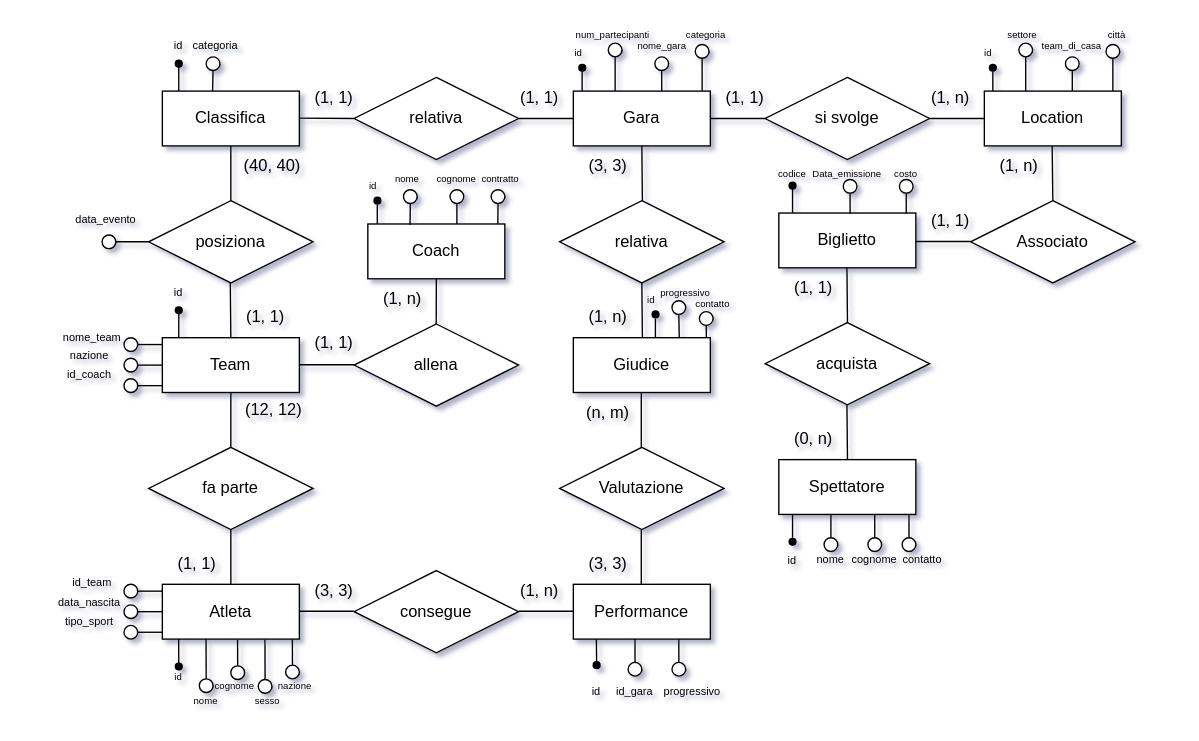
Before: Diagramma.drawio in nameisalfio/Database, a draw.io diagram. Source tidied: cells renumbered, new cells numbered last; positions are measured from the earlier drawing's top-left corner, leaving out a move shared by most shapes. Both pictures are drawn from the tidied source at 137%, with x=0, y=0 at pixel (23, 27).
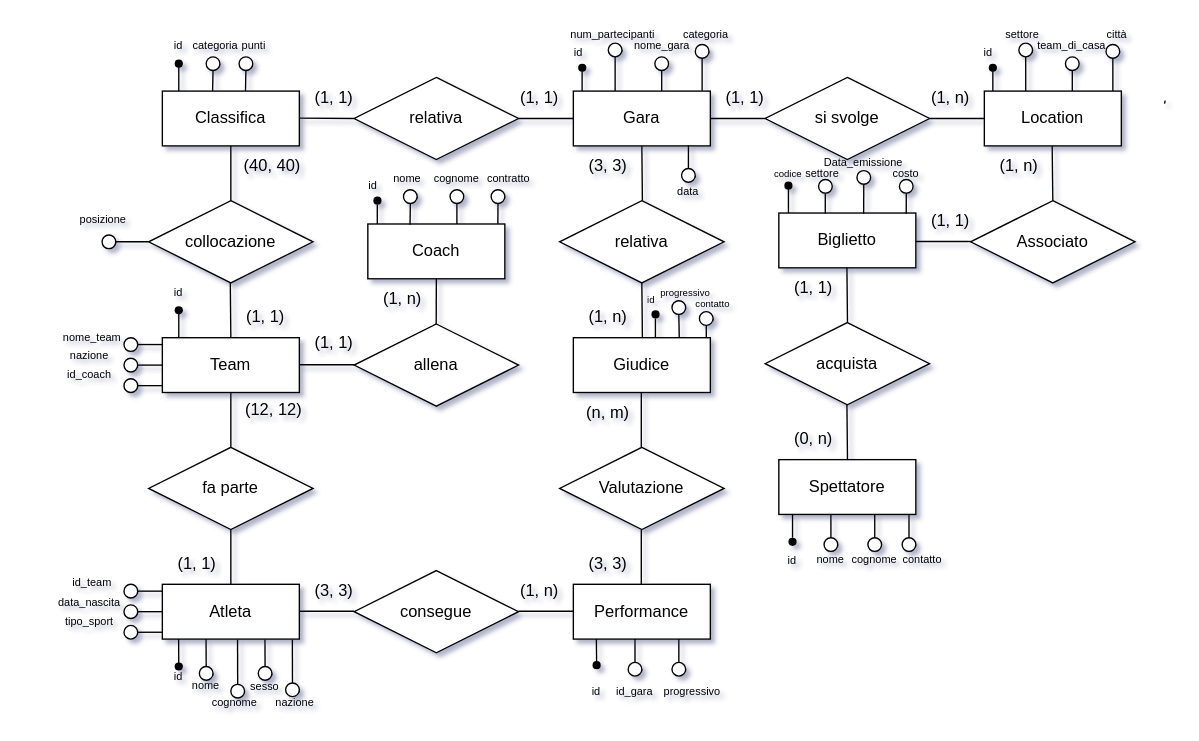
Above is the later version.

What changed in the source:
```diff
@@
-    <mxCell id="5" value="posiziona" style="shape=rhombus;perimeter=rhombusPerimeter;whiteSpace=wrap;html=1;align=center;rounded=0;labelBackgroundColor=none;" parent="1" vertex="1">
+    <mxCell id="5" value="collocazione" style="shape=rhombus;perimeter=rhombusPerimeter;whiteSpace=wrap;html=1;align=center;rounded=0;labelBackgroundColor=none;" parent="1" vertex="1">
       <mxGeometry x="91" y="126" width="120" height="60" as="geometry" />
     </mxCell>
@@
-    <mxCell id="69" value="&lt;span style=&quot;font-size: 8px;&quot;&gt;data_evento&lt;/span&gt;" style="text;html=1;strokeColor=none;fillColor=none;align=center;verticalAlign=middle;whiteSpace=wrap;rounded=0;" parent="1" vertex="1">
-      <mxGeometry x="53" y="135" width="14" height="8" as="geometry" />
-    </mxCell>
@@
-    <mxCell id="95" value="&lt;font style=&quot;font-size: 7px;&quot;&gt;id&lt;/font&gt;" style="text;html=1;strokeColor=none;fillColor=none;align=center;verticalAlign=middle;whiteSpace=wrap;rounded=0;" parent="1" vertex="1">
+    <mxCell id="95" value="&lt;font style=&quot;font-size: 8px;&quot;&gt;id&lt;/font&gt;" style="text;html=1;strokeColor=none;fillColor=none;align=center;verticalAlign=middle;whiteSpace=wrap;rounded=0;" parent="1" vertex="1">
       <mxGeometry x="248" y="110" width="14" height="8" as="geometry" />
     </mxCell>
@@
-    <mxCell id="99" value="&lt;font style=&quot;font-size: 7px;&quot;&gt;nome&lt;/font&gt;" style="text;html=1;strokeColor=none;fillColor=none;align=center;verticalAlign=middle;whiteSpace=wrap;rounded=0;" parent="1" vertex="1">
+    <mxCell id="99" value="&lt;font style=&quot;font-size: 8px;&quot;&gt;nome&lt;/font&gt;" style="text;html=1;strokeColor=none;fillColor=none;align=center;verticalAlign=middle;whiteSpace=wrap;rounded=0;" parent="1" vertex="1">
       <mxGeometry x="273" y="105" width="14" height="8" as="geometry" />
     </mxCell>
-    <mxCell id="100" value="&lt;font style=&quot;font-size: 7px;&quot;&gt;cognome&lt;/font&gt;" style="text;html=1;strokeColor=none;fillColor=none;align=center;verticalAlign=middle;whiteSpace=wrap;rounded=0;" parent="1" vertex="1">
+    <mxCell id="100" value="&lt;font style=&quot;font-size: 8px;&quot;&gt;cognome&lt;/font&gt;" style="text;html=1;strokeColor=none;fillColor=none;align=center;verticalAlign=middle;whiteSpace=wrap;rounded=0;" parent="1" vertex="1">
       <mxGeometry x="309" y="105" width="14" height="8" as="geometry" />
     </mxCell>
@@
-    <mxCell id="104" value="&lt;font style=&quot;font-size: 7px;&quot;&gt;contratto&lt;/font&gt;" style="text;html=1;strokeColor=none;fillColor=none;align=center;verticalAlign=middle;whiteSpace=wrap;rounded=0;" parent="1" vertex="1">
-      <mxGeometry x="341" y="105" width="14" height="8" as="geometry" />
+    <mxCell id="104" value="&lt;font style=&quot;font-size: 8px;&quot;&gt;contratto&lt;/font&gt;" style="text;html=1;strokeColor=none;fillColor=none;align=center;verticalAlign=middle;whiteSpace=wrap;rounded=0;" parent="1" vertex="1">
+      <mxGeometry x="347" y="105" width="14" height="8" as="geometry" />
     </mxCell>
@@
-    <mxCell id="109" value="&lt;font style=&quot;font-size: 7px;&quot;&gt;nazione&lt;/font&gt;" style="text;html=1;strokeColor=none;fillColor=none;align=center;verticalAlign=middle;whiteSpace=wrap;rounded=0;" parent="1" vertex="1">
-      <mxGeometry x="191" y="475" width="14" height="8" as="geometry" />
+    <mxCell id="109" value="&lt;font style=&quot;font-size: 8px;&quot;&gt;nazione&lt;/font&gt;" style="text;html=1;strokeColor=none;fillColor=none;align=center;verticalAlign=middle;whiteSpace=wrap;rounded=0;" parent="1" vertex="1">
+      <mxGeometry x="191" y="487" width="14" height="8" as="geometry" />
     </mxCell>
@@
-    <mxCell id="124" value="&lt;font style=&quot;font-size: 7px;&quot;&gt;id&lt;/font&gt;" style="text;html=1;strokeColor=none;fillColor=none;align=center;verticalAlign=middle;whiteSpace=wrap;rounded=0;" parent="1" vertex="1">
+    <mxCell id="124" value="&lt;font style=&quot;font-size: 8px;&quot;&gt;id&lt;/font&gt;" style="text;html=1;strokeColor=none;fillColor=none;align=center;verticalAlign=middle;whiteSpace=wrap;rounded=0;" parent="1" vertex="1">
       <mxGeometry x="106" y="468" width="14" height="8" as="geometry" />
     </mxCell>
@@
     <mxCell id="126" style="ellipse;whiteSpace=wrap;html=1;" parent="1" vertex="1">
-      <mxGeometry x="128" y="475" width="10" height="10" as="geometry" />
+      <mxGeometry x="128" y="466" width="10" height="10" as="geometry" />
     </mxCell>
-    <mxCell id="127" value="&lt;font style=&quot;font-size: 7px;&quot;&gt;nome&lt;/font&gt;" style="text;html=1;strokeColor=none;fillColor=none;align=center;verticalAlign=middle;whiteSpace=wrap;rounded=0;" parent="1" vertex="1">
-      <mxGeometry x="126" y="485.5" width="14" height="8" as="geometry" />
+    <mxCell id="127" value="&lt;font style=&quot;font-size: 8px;&quot;&gt;nome&lt;/font&gt;" style="text;html=1;strokeColor=none;fillColor=none;align=center;verticalAlign=middle;whiteSpace=wrap;rounded=0;" parent="1" vertex="1">
+      <mxGeometry x="126" y="475" width="14" height="8" as="geometry" />
     </mxCell>
-    <mxCell id="128" value="&lt;font style=&quot;font-size: 7px;&quot;&gt;cognome&lt;/font&gt;" style="text;html=1;strokeColor=none;fillColor=none;align=center;verticalAlign=middle;whiteSpace=wrap;rounded=0;" parent="1" vertex="1">
-      <mxGeometry x="147" y="475" width="14" height="8" as="geometry" />
+    <mxCell id="128" value="&lt;font style=&quot;font-size: 8px;&quot;&gt;cognome&lt;/font&gt;" style="text;html=1;strokeColor=none;fillColor=none;align=center;verticalAlign=middle;whiteSpace=wrap;rounded=0;" parent="1" vertex="1">
+      <mxGeometry x="147" y="487" width="14" height="8" as="geometry" />
     </mxCell>
-    <mxCell id="129" value="&lt;font style=&quot;font-size: 7px;&quot;&gt;sesso&lt;/font&gt;" style="text;html=1;strokeColor=none;fillColor=none;align=center;verticalAlign=middle;whiteSpace=wrap;rounded=0;" parent="1" vertex="1">
-      <mxGeometry x="171" y="485.5" width="14" height="8" as="geometry" />
+    <mxCell id="129" value="&lt;font style=&quot;font-size: 8px;&quot;&gt;sesso&lt;/font&gt;" style="text;html=1;strokeColor=none;fillColor=none;align=center;verticalAlign=middle;whiteSpace=wrap;rounded=0;" parent="1" vertex="1">
+      <mxGeometry x="169" y="476" width="14" height="8" as="geometry" />
     </mxCell>
-    <mxCell id="130" style="shape=waypoint;fillStyle=solid;size=6;points=[];fillColor=none;perimeter=centerPerimeter;snapToPoint=1;rounded=0;labelBackgroundColor=none;" parent="1" vertex="1">
-      <mxGeometry x="103" y="456" width="20" height="20" as="geometry" />
-    </mxCell>
-    <mxCell id="131" style="endArrow=none;html=1;rounded=0;labelBackgroundColor=none;fontColor=default;" parent="1" edge="1" source="130">
+    <mxCell id="131" style="endArrow=none;html=1;rounded=0;labelBackgroundColor=none;fontColor=default;" parent="1" edge="1">
       <mxGeometry relative="1" as="geometry">
+        <mxPoint x="113" y="466" as="sourcePoint" />
         <mxPoint x="112.9" y="446" as="targetPoint" />
       </mxGeometry>
     </mxCell>
@@
     <mxCell id="134" style="ellipse;whiteSpace=wrap;html=1;" parent="1" vertex="1">
-      <mxGeometry x="151" y="465.5" width="10" height="10" as="geometry" />
+      <mxGeometry x="151" y="479" width="10" height="10" as="geometry" />
     </mxCell>
@@
     <mxCell id="137" style="ellipse;whiteSpace=wrap;html=1;" parent="1" vertex="1">
-      <mxGeometry x="171" y="475.5" width="10" height="10" as="geometry" />
+      <mxGeometry x="171" y="466" width="10" height="10" as="geometry" />
     </mxCell>
@@
     <mxCell id="140" style="ellipse;whiteSpace=wrap;html=1;" parent="1" vertex="1">
-      <mxGeometry x="191" y="465" width="10" height="10" as="geometry" />
+      <mxGeometry x="191" y="478" width="10" height="10" as="geometry" />
     </mxCell>
@@
-    <mxCell id="167" value="&lt;font style=&quot;font-size: 7px;&quot;&gt;id&lt;/font&gt;" style="text;html=1;strokeColor=none;fillColor=none;align=center;verticalAlign=middle;whiteSpace=wrap;rounded=0;" parent="1" vertex="1">
+    <mxCell id="167" value="&lt;font style=&quot;font-size: 8px;&quot;&gt;id&lt;/font&gt;" style="text;html=1;strokeColor=none;fillColor=none;align=center;verticalAlign=middle;whiteSpace=wrap;rounded=0;" parent="1" vertex="1">
       <mxGeometry x="397.5" y="13" width="14" height="8" as="geometry" />
     </mxCell>
@@
-    <mxCell id="171" value="&lt;font style=&quot;font-size: 7px;&quot;&gt;num_partecipanti&lt;/font&gt;" style="text;html=1;strokeColor=none;fillColor=none;align=center;verticalAlign=middle;whiteSpace=wrap;rounded=0;" parent="1" vertex="1">
+    <mxCell id="171" value="&lt;font style=&quot;font-size: 8px;&quot;&gt;num_partecipanti&lt;/font&gt;" style="text;html=1;strokeColor=none;fillColor=none;align=center;verticalAlign=middle;whiteSpace=wrap;rounded=0;" parent="1" vertex="1">
       <mxGeometry x="422.5" width="14" height="8" as="geometry" />
     </mxCell>
-    <mxCell id="172" value="&lt;span style=&quot;font-size: 7px;&quot;&gt;nome_gara&lt;/span&gt;" style="text;html=1;strokeColor=none;fillColor=none;align=center;verticalAlign=middle;whiteSpace=wrap;rounded=0;" parent="1" vertex="1">
+    <mxCell id="172" value="&lt;font style=&quot;font-size: 8px;&quot;&gt;nome_gara&lt;/font&gt;" style="text;html=1;strokeColor=none;fillColor=none;align=center;verticalAlign=middle;whiteSpace=wrap;rounded=0;" parent="1" vertex="1">
       <mxGeometry x="458.5" y="8" width="14" height="8" as="geometry" />
     </mxCell>
@@
-    <mxCell id="176" value="&lt;span style=&quot;font-size: 7px;&quot;&gt;categoria&lt;/span&gt;" style="text;html=1;strokeColor=none;fillColor=none;align=center;verticalAlign=middle;whiteSpace=wrap;rounded=0;" parent="1" vertex="1">
+    <mxCell id="176" value="&lt;font style=&quot;font-size: 8px;&quot;&gt;categoria&lt;/font&gt;" style="text;html=1;strokeColor=none;fillColor=none;align=center;verticalAlign=middle;whiteSpace=wrap;rounded=0;" parent="1" vertex="1">
       <mxGeometry x="491" width="14" height="8" as="geometry" />
     </mxCell>
@@
     <mxCell id="200" value="&lt;font style=&quot;font-size: 7px;&quot;&gt;codice&lt;/font&gt;" style="text;html=1;strokeColor=none;fillColor=none;align=center;verticalAlign=middle;whiteSpace=wrap;rounded=0;" parent="1" vertex="1">
-      <mxGeometry x="554" y="101" width="14" height="8" as="geometry" />
+      <mxGeometry x="551" y="101" width="14" height="8" as="geometry" />
     </mxCell>
-    <mxCell id="201" value="&lt;span style=&quot;font-size: 7px;&quot;&gt;Data_emissione&lt;/span&gt;" style="text;html=1;strokeColor=none;fillColor=none;align=center;verticalAlign=middle;whiteSpace=wrap;rounded=0;" parent="1" vertex="1">
-      <mxGeometry x="594" y="101" width="14" height="8" as="geometry" />
+    <mxCell id="201" value="&lt;font style=&quot;font-size: 8px;&quot;&gt;Data_emissione&lt;/font&gt;" style="text;html=1;strokeColor=none;fillColor=none;align=center;verticalAlign=middle;whiteSpace=wrap;rounded=0;" parent="1" vertex="1">
+      <mxGeometry x="606" y="93" width="14" height="8" as="geometry" />
     </mxCell>
     <mxCell id="202" style="shape=waypoint;fillStyle=solid;size=6;points=[];fillColor=none;perimeter=centerPerimeter;snapToPoint=1;rounded=0;labelBackgroundColor=none;" parent="1" vertex="1">
-      <mxGeometry x="551" y="105" width="20" height="20" as="geometry" />
+      <mxGeometry x="548" y="105" width="20" height="20" as="geometry" />
     </mxCell>
     <mxCell id="203" style="endArrow=none;html=1;rounded=0;labelBackgroundColor=none;fontColor=default;exitX=0.271;exitY=-0.017;exitDx=0;exitDy=0;exitPerimeter=0;" parent="1" edge="1" target="202">
       <mxGeometry relative="1" as="geometry">
-        <mxPoint x="561" y="135" as="sourcePoint" />
+        <mxPoint x="558" y="135" as="sourcePoint" />
       </mxGeometry>
     </mxCell>
-    <mxCell id="204" value="&lt;span style=&quot;font-size: 7px;&quot;&gt;costo&lt;/span&gt;" style="text;html=1;strokeColor=none;fillColor=none;align=center;verticalAlign=middle;whiteSpace=wrap;rounded=0;" parent="1" vertex="1">
+    <mxCell id="204" value="&lt;font style=&quot;font-size: 8px;&quot;&gt;costo&lt;/font&gt;" style="text;html=1;strokeColor=none;fillColor=none;align=center;verticalAlign=middle;whiteSpace=wrap;rounded=0;" parent="1" vertex="1">
       <mxGeometry x="637" y="101" width="14" height="8" as="geometry" />
     </mxCell>
     <mxCell id="205" style="ellipse;whiteSpace=wrap;html=1;" parent="1" vertex="1">
-      <mxGeometry x="598" y="110.5" width="10" height="10" as="geometry" />
+      <mxGeometry x="608" y="104" width="10" height="10" as="geometry" />
     </mxCell>
-    <mxCell id="206" style="endArrow=none;html=1;rounded=0;labelBackgroundColor=none;fontColor=default;exitX=0.308;exitY=0.012;exitDx=0;exitDy=0;exitPerimeter=0;" parent="1" edge="1">
+    <mxCell id="206" style="endArrow=none;html=1;rounded=0;labelBackgroundColor=none;fontColor=default;exitX=0.308;exitY=0.012;exitDx=0;exitDy=0;exitPerimeter=0;" parent="1" edge="1" target="205">
       <mxGeometry relative="1" as="geometry">
-        <mxPoint x="603" y="135.5" as="sourcePoint" />
-        <mxPoint x="603" y="120.5" as="targetPoint" />
+        <mxPoint x="612.9" y="135.5" as="sourcePoint" />
       </mxGeometry>
     </mxCell>
@@
-    <mxCell id="209" value="&lt;font style=&quot;font-size: 7px;&quot;&gt;id&lt;/font&gt;" style="text;html=1;strokeColor=none;fillColor=none;align=center;verticalAlign=middle;whiteSpace=wrap;rounded=0;" parent="1" vertex="1">
+    <mxCell id="209" value="&lt;font style=&quot;font-size: 8px;&quot;&gt;id&lt;/font&gt;" style="text;html=1;strokeColor=none;fillColor=none;align=center;verticalAlign=middle;whiteSpace=wrap;rounded=0;" parent="1" vertex="1">
       <mxGeometry x="697.2" y="13" width="14" height="8" as="geometry" />
     </mxCell>
@@
-    <mxCell id="213" value="&lt;font style=&quot;font-size: 7px;&quot;&gt;settore&lt;/font&gt;" style="text;html=1;strokeColor=none;fillColor=none;align=center;verticalAlign=middle;whiteSpace=wrap;rounded=0;" parent="1" vertex="1">
+    <mxCell id="213" value="&lt;font style=&quot;font-size: 8px;&quot;&gt;settore&lt;/font&gt;" style="text;html=1;strokeColor=none;fillColor=none;align=center;verticalAlign=middle;whiteSpace=wrap;rounded=0;" parent="1" vertex="1">
       <mxGeometry x="722.2" width="14" height="8" as="geometry" />
     </mxCell>
-    <mxCell id="214" value="&lt;span style=&quot;font-size: 7px;&quot;&gt;team_di_casa&lt;/span&gt;" style="text;html=1;strokeColor=none;fillColor=none;align=center;verticalAlign=middle;whiteSpace=wrap;rounded=0;" parent="1" vertex="1">
+    <mxCell id="214" value="&lt;font style=&quot;font-size: 8px;&quot;&gt;team_di_casa&lt;/font&gt;" style="text;html=1;strokeColor=none;fillColor=none;align=center;verticalAlign=middle;whiteSpace=wrap;rounded=0;" parent="1" vertex="1">
       <mxGeometry x="758.2" y="8" width="14" height="8" as="geometry" />
     </mxCell>
@@
-    <mxCell id="218" value="&lt;span style=&quot;font-size: 7px;&quot;&gt;città&lt;/span&gt;" style="text;html=1;strokeColor=none;fillColor=none;align=center;verticalAlign=middle;whiteSpace=wrap;rounded=0;" parent="1" vertex="1">
+    <mxCell id="218" value="&lt;font style=&quot;font-size: 8px;&quot;&gt;città&lt;/font&gt;" style="text;html=1;strokeColor=none;fillColor=none;align=center;verticalAlign=middle;whiteSpace=wrap;rounded=0;" parent="1" vertex="1">
       <mxGeometry x="790.8" width="14" height="8" as="geometry" />
     </mxCell>
@@
+    <mxCell id="223" value="&lt;font style=&quot;font-size: 8px;&quot;&gt;settore&lt;/font&gt;" style="text;html=1;strokeColor=none;fillColor=none;align=center;verticalAlign=middle;whiteSpace=wrap;rounded=0;" parent="1" vertex="1">
+      <mxGeometry x="576" y="101" width="14" height="8" as="geometry" />
+    </mxCell>
+    <mxCell id="224" style="ellipse;whiteSpace=wrap;html=1;" parent="1" vertex="1">
+      <mxGeometry x="580" y="110.5" width="10" height="10" as="geometry" />
+    </mxCell>
+    <mxCell id="225" style="endArrow=none;html=1;rounded=0;labelBackgroundColor=none;fontColor=default;exitX=0.308;exitY=0.012;exitDx=0;exitDy=0;exitPerimeter=0;" parent="1" edge="1">
+      <mxGeometry relative="1" as="geometry">
+        <mxPoint x="584.9" y="135.5" as="sourcePoint" />
+        <mxPoint x="584.9" y="120.5" as="targetPoint" />
+      </mxGeometry>
+    </mxCell>
+    <mxCell id="130" style="shape=waypoint;fillStyle=solid;size=6;points=[];fillColor=none;perimeter=centerPerimeter;snapToPoint=1;rounded=0;labelBackgroundColor=none;" parent="1" vertex="1">
+      <mxGeometry x="103" y="456" width="20" height="20" as="geometry" />
+    </mxCell>
+    <mxCell id="226" style="endArrow=none;html=1;rounded=0;labelBackgroundColor=none;fontColor=default;startArrow=none;" parent="1" edge="1" source="229">
+      <mxGeometry relative="1" as="geometry">
+        <mxPoint x="484.7" y="107.5" as="targetPoint" />
+      </mxGeometry>
+    </mxCell>
+    <mxCell id="227" style="endArrow=none;html=1;rounded=0;labelBackgroundColor=none;fontColor=default;entryX=1;entryY=0.5;entryDx=0;entryDy=0;exitX=1;exitY=0.75;exitDx=0;exitDy=0;startArrow=none;" parent="1" edge="1" source="229" target="229">
+      <mxGeometry relative="1" as="geometry" />
+    </mxCell>
+    <mxCell id="228" style="endArrow=none;html=1;rounded=0;labelBackgroundColor=none;fontColor=default;exitX=0.168;exitY=1.002;exitDx=0;exitDy=0;exitPerimeter=0;" parent="1" edge="1" target="229">
+      <mxGeometry relative="1" as="geometry">
+        <mxPoint x="485" y="85.5" as="sourcePoint" />
+      </mxGeometry>
+    </mxCell>
+    <mxCell id="229" style="ellipse;whiteSpace=wrap;html=1;" parent="1" vertex="1">
+      <mxGeometry x="480" y="102.5" width="10" height="10" as="geometry" />
+    </mxCell>
+    <mxCell id="230" value="&lt;span style=&quot;font-size: 8px;&quot;&gt;data&lt;/span&gt;" style="text;html=1;strokeColor=none;fillColor=none;align=center;verticalAlign=middle;whiteSpace=wrap;rounded=0;" parent="1" vertex="1">
+      <mxGeometry x="480" y="110.5" width="10" height="14" as="geometry" />
+    </mxCell>
+    <mxCell id="231" style="endArrow=none;html=1;rounded=0;labelBackgroundColor=none;fontColor=default;startArrow=none;" parent="1" edge="1" source="234">
+      <mxGeometry relative="1" as="geometry">
+        <mxPoint x="161.7" y="26" as="targetPoint" />
+      </mxGeometry>
+    </mxCell>
+    <mxCell id="232" style="endArrow=none;html=1;rounded=0;labelBackgroundColor=none;fontColor=default;entryX=1;entryY=0.5;entryDx=0;entryDy=0;exitX=1;exitY=0.5;exitDx=0;exitDy=0;startArrow=none;" parent="1" edge="1" source="234" target="234">
+      <mxGeometry relative="1" as="geometry" />
+    </mxCell>
+    <mxCell id="233" style="endArrow=none;html=1;rounded=0;labelBackgroundColor=none;fontColor=default;" parent="1" edge="1" target="234">
+      <mxGeometry relative="1" as="geometry">
+        <mxPoint x="161.7" y="46" as="sourcePoint" />
+      </mxGeometry>
+    </mxCell>
+    <mxCell id="234" style="ellipse;whiteSpace=wrap;html=1;" parent="1" vertex="1">
+      <mxGeometry x="157" y="21" width="10" height="10" as="geometry" />
+    </mxCell>
+    <mxCell id="235" value="&lt;span style=&quot;font-size: 8px;&quot;&gt;punti&lt;/span&gt;" style="text;html=1;strokeColor=none;fillColor=none;align=center;verticalAlign=middle;whiteSpace=wrap;rounded=0;" parent="1" vertex="1">
+      <mxGeometry x="161" y="8" width="14" height="8" as="geometry" />
+    </mxCell>
+    <mxCell id="236" value="&lt;span style=&quot;font-size: 8px;&quot;&gt;posizione&lt;/span&gt;" style="text;html=1;strokeColor=none;fillColor=none;align=center;verticalAlign=middle;whiteSpace=wrap;rounded=0;" parent="1" vertex="1">
+      <mxGeometry x="51" y="135" width="14" height="8" as="geometry" />
+    </mxCell>
+    <mxCell id="237" style="endArrow=none;html=1;rounded=0;labelBackgroundColor=none;fontColor=default;entryX=1;entryY=0.5;entryDx=0;entryDy=0;exitX=1;exitY=0.75;exitDx=0;exitDy=0;startArrow=none;" parent="1" edge="1">
+      <mxGeometry relative="1" as="geometry">
+        <mxPoint x="832.5" y="55.2" as="sourcePoint" />
+        <mxPoint x="833" y="53" as="targetPoint" />
+      </mxGeometry>
+    </mxCell>
```
